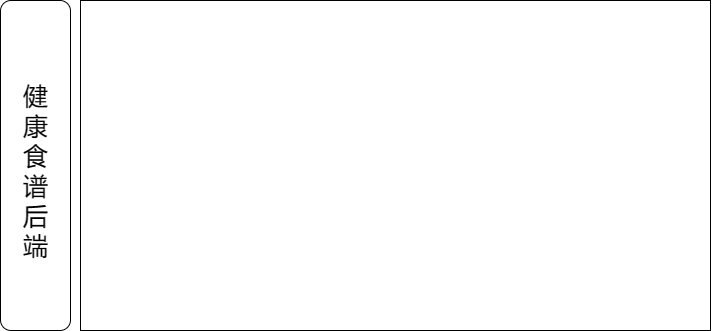
The draw.io diagram 健康食谱后端.png in wangXingRunning/weige.github.io, before a commit. Source tidied: cells renumbered, new cells last; positions are measured from the earlier drawing's top-left corner, leaving out a move shared by most shapes.
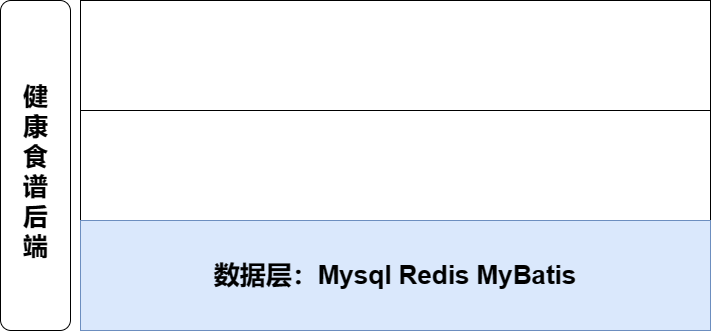
Above is the later version.

Commit message:
更新健康食谱后端.png

What changed in the source:
```diff
@@ -8,8 +8,17 @@
     <mxCell id="3" style="rounded=1;whiteSpace=wrap;html=1;" parent="1" vertex="1">
       <mxGeometry width="70" height="330" as="geometry" />
     </mxCell>
-    <mxCell id="4" value="&lt;font style=&quot;font-size: 25px;&quot;&gt;健康食谱后端&lt;/font&gt;" style="text;html=1;strokeColor=none;fillColor=none;align=center;verticalAlign=middle;whiteSpace=wrap;rounded=0;" parent="1" vertex="1">
+    <mxCell id="4" value="&lt;font style=&quot;font-size: 25px;&quot;&gt;健康食谱后端&lt;/font&gt;" style="text;html=1;strokeColor=none;fillColor=none;align=center;verticalAlign=middle;whiteSpace=wrap;rounded=0;fontStyle=1;" parent="1" vertex="1">
       <mxGeometry x="12.5" y="40" width="45" height="260" as="geometry" />
     </mxCell>
+    <mxCell id="5" style="rounded=0;whiteSpace=wrap;html=1;" parent="1" vertex="1">
+      <mxGeometry x="80" y="220" width="630" height="110" as="geometry" />
+    </mxCell>
+    <mxCell id="6" style="rounded=0;whiteSpace=wrap;html=1;" parent="1" vertex="1">
+      <mxGeometry x="80" y="110" width="630" height="110" as="geometry" />
+    </mxCell>
+    <mxCell id="7" value="&lt;font style=&quot;font-size: 26px;&quot;&gt;数据层：Mysql Redis MyBatis&lt;/font&gt;" style="text;html=1;strokeColor=#6c8ebf;fillColor=#dae8fc;align=center;verticalAlign=middle;whiteSpace=wrap;rounded=0;fontSize=26;horizontal=1;fontStyle=1;" parent="1" vertex="1">
+      <mxGeometry x="80" y="220" width="630" height="110" as="geometry" />
+    </mxCell>
   </root>
 </mxGraphModel>
```
